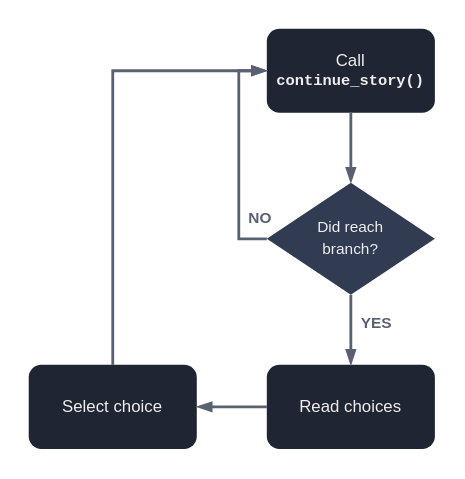
This is docs/source/getting_started/img/introduction/flowchart.svg from ephread/inkgd, a draw.io export, as it was before one commit. Source tidied: cells renumbered, new cells last; positions are measured from the earlier drawing's top-left corner, leaving out a move shared by most shapes.
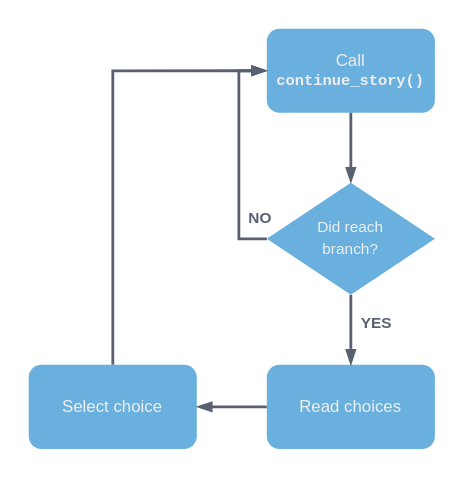
The same file after the commit.

What changed in the source:
```diff
@@ -8,7 +8,7 @@
     <mxCell id="3" style="rounded=0;whiteSpace=wrap;html=1;labelBackgroundColor=none;fontFamily=Helvetica;fontSize=11;fontColor=#333333;fillColor=none;strokeColor=none;" parent="2" vertex="1">
       <mxGeometry width="330" height="340" as="geometry" />
     </mxCell>
-    <mxCell id="4" value="&lt;font color=&quot;#EEEEEE&quot;&gt;&lt;span style=&quot;font-weight: normal&quot;&gt;&lt;font face=&quot;Helvetica&quot;&gt;Call&lt;/font&gt;&lt;/span&gt;&lt;br&gt;&lt;/font&gt;&lt;div&gt;&lt;font style=&quot;font-size: 11px&quot; color=&quot;#EEEEEE&quot;&gt;continue_story()&lt;/font&gt;&lt;/div&gt;" style="rounded=1;whiteSpace=wrap;html=1;strokeColor=none;fillColor=#1F2532;fontColor=#B5B7BD;fontFamily=Courier New;fontStyle=1;" parent="2" vertex="1">
+    <mxCell id="4" value="&lt;font color=&quot;#EEEEEE&quot;&gt;&lt;span style=&quot;font-weight: normal&quot;&gt;&lt;font face=&quot;Helvetica&quot;&gt;Call&lt;/font&gt;&lt;/span&gt;&lt;br&gt;&lt;/font&gt;&lt;div&gt;&lt;font style=&quot;font-size: 11px&quot; color=&quot;#EEEEEE&quot;&gt;continue_story()&lt;/font&gt;&lt;/div&gt;" style="rounded=1;whiteSpace=wrap;html=1;strokeColor=none;fillColor=#6ab0de;fontColor=#B5B7BD;fontFamily=Courier New;fontStyle=1;" parent="2" vertex="1">
       <mxGeometry x="190" y="20" width="120" height="60" as="geometry" />
     </mxCell>
     <mxCell id="5" style="edgeStyle=orthogonalEdgeStyle;rounded=0;jettySize=auto;html=1;entryX=0;entryY=0.5;entryDx=0;entryDy=0;fontFamily=Helvetica;fontSize=11;fontColor=#596072;strokeWidth=2;endArrow=blockThin;endFill=1;strokeColor=#596072;labelBackgroundColor=none;" parent="2" edge="1" source="7" target="4">
@@ -24,13 +24,13 @@
         <mxPoint x="14" y="31" as="offset" />
       </mxGeometry>
     </mxCell>
-    <mxCell id="7" value="&lt;div&gt;&lt;font face=&quot;Helvetica&quot;&gt;Did reach&lt;br&gt;&lt;/font&gt;&lt;/div&gt;&lt;div&gt;&lt;font face=&quot;Helvetica&quot;&gt;branch?&lt;/font&gt;&lt;br&gt;&lt;/div&gt;" style="rhombus;whiteSpace=wrap;html=1;fontFamily=Courier New;fontSize=11;fontColor=#EEEEEE;fillColor=#313B51;strokeColor=none;" parent="2" vertex="1">
+    <mxCell id="7" value="&lt;div&gt;&lt;font face=&quot;Helvetica&quot;&gt;Did reach&lt;br&gt;&lt;/font&gt;&lt;/div&gt;&lt;div&gt;&lt;font face=&quot;Helvetica&quot;&gt;branch?&lt;/font&gt;&lt;br&gt;&lt;/div&gt;" style="rhombus;whiteSpace=wrap;html=1;fontFamily=Courier New;fontSize=11;fontColor=#EEEEEE;fillColor=#6ab0de;strokeColor=none;" parent="2" vertex="1">
       <mxGeometry x="190" y="130" width="120" height="80" as="geometry" />
     </mxCell>
     <mxCell id="8" style="edgeStyle=orthogonalEdgeStyle;rounded=0;jettySize=auto;html=1;entryX=0.5;entryY=0;entryDx=0;entryDy=0;fontFamily=Helvetica;fontSize=11;fontColor=#EEEEEE;strokeWidth=2;endArrow=blockThin;endFill=1;strokeColor=#596072;" parent="2" edge="1" source="4" target="7">
       <mxGeometry relative="1" as="geometry" />
     </mxCell>
-    <mxCell id="9" value="&lt;font color=&quot;#EEEEEE&quot;&gt;&lt;span style=&quot;font-weight: normal&quot;&gt;&lt;font face=&quot;Helvetica&quot;&gt;Read choices&lt;br&gt;&lt;/font&gt;&lt;/span&gt;&lt;/font&gt;" style="rounded=1;whiteSpace=wrap;html=1;strokeColor=none;fillColor=#1F2532;fontColor=#B5B7BD;fontFamily=Courier New;fontStyle=1;" parent="2" vertex="1">
+    <mxCell id="9" value="&lt;font color=&quot;#EEEEEE&quot;&gt;&lt;span style=&quot;font-weight: normal&quot;&gt;&lt;font face=&quot;Helvetica&quot;&gt;Read choices&lt;br&gt;&lt;/font&gt;&lt;/span&gt;&lt;/font&gt;" style="rounded=1;whiteSpace=wrap;html=1;strokeColor=none;fillColor=#6ab0de;fontColor=#B5B7BD;fontFamily=Courier New;fontStyle=1;" parent="2" vertex="1">
       <mxGeometry x="190" y="260" width="120" height="60" as="geometry" />
     </mxCell>
     <mxCell id="10" style="edgeStyle=orthogonalEdgeStyle;rounded=0;jettySize=auto;html=1;entryX=0.5;entryY=0;entryDx=0;entryDy=0;fontFamily=Helvetica;fontSize=11;fontColor=#EEEEEE;strokeWidth=2;endArrow=blockThin;endFill=1;strokeColor=#596072;" parent="2" edge="1" source="7" target="9">
@@ -48,7 +48,7 @@
         </Array>
       </mxGeometry>
     </mxCell>
-    <mxCell id="13" value="&lt;font color=&quot;#EEEEEE&quot;&gt;&lt;span style=&quot;font-weight: normal&quot;&gt;&lt;font face=&quot;Helvetica&quot;&gt;Select choice&lt;br&gt;&lt;/font&gt;&lt;/span&gt;&lt;/font&gt;" style="rounded=1;whiteSpace=wrap;html=1;strokeColor=none;fillColor=#1F2532;fontColor=#B5B7BD;fontFamily=Courier New;fontStyle=1;" parent="2" vertex="1">
+    <mxCell id="13" value="&lt;font color=&quot;#EEEEEE&quot;&gt;&lt;span style=&quot;font-weight: normal&quot;&gt;&lt;font face=&quot;Helvetica&quot;&gt;Select choice&lt;br&gt;&lt;/font&gt;&lt;/span&gt;&lt;/font&gt;" style="rounded=1;whiteSpace=wrap;html=1;strokeColor=none;fillColor=#6ab0de;fontColor=#B5B7BD;fontFamily=Courier New;fontStyle=1;" parent="2" vertex="1">
       <mxGeometry x="20" y="260" width="120" height="60" as="geometry" />
     </mxCell>
     <mxCell id="14" style="edgeStyle=orthogonalEdgeStyle;rounded=0;jettySize=auto;html=1;entryX=1;entryY=0.5;entryDx=0;entryDy=0;fontFamily=Helvetica;fontSize=11;fontColor=#EEEEEE;strokeWidth=2;endArrow=blockThin;endFill=1;strokeColor=#596072;" parent="2" edge="1" source="9" target="13">
```
